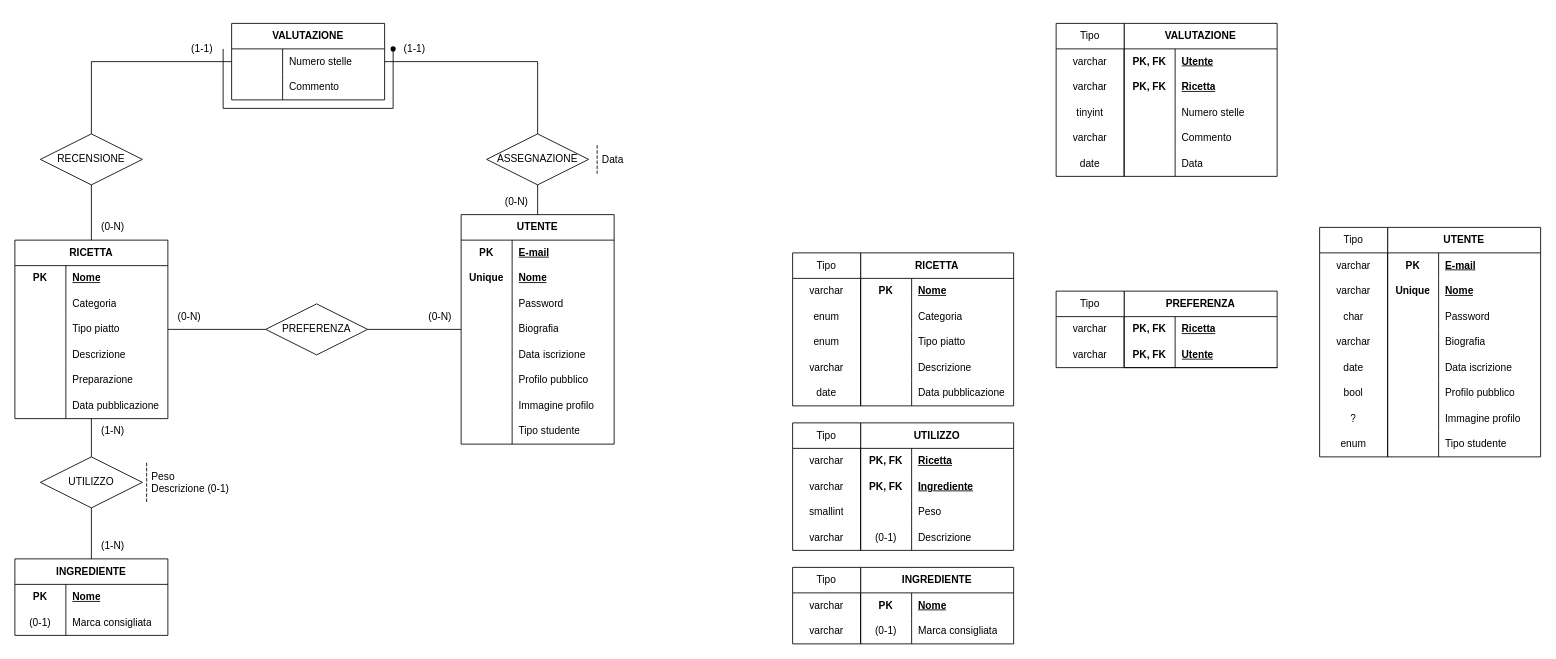
Before: DB uni-cooked.drawio in Uni-cooked/uni-cooked, a draw.io diagram. Source tidied: cells renumbered, new cells numbered last; positions are measured from the earlier drawing's top-left corner, leaving out a move shared by most shapes. Both pictures are drawn from the tidied source at 85%, with x=0, y=0 at pixel (14, 23).
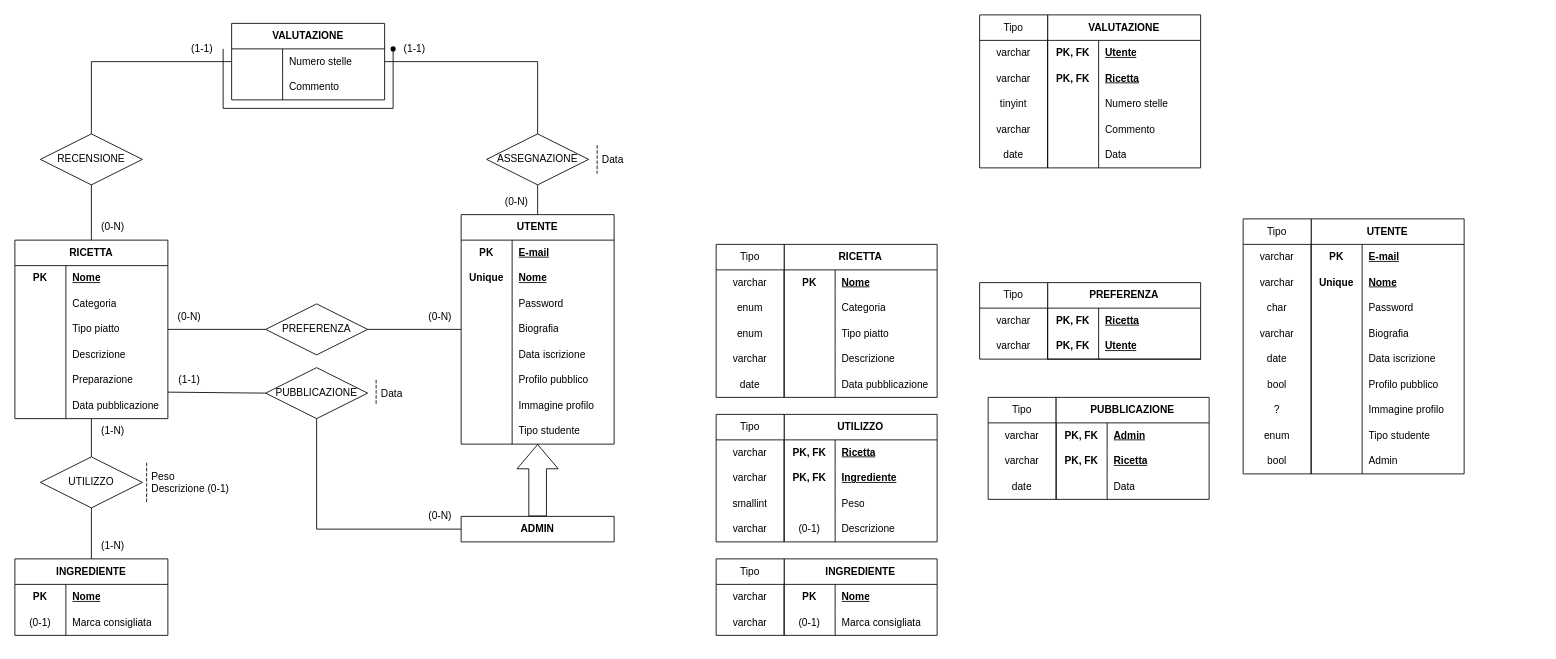
Above is the later version.

The change refers to these unchanged cells:
```xml
<mxCell id="15" style="shape=tableRow;horizontal=0;startSize=0;swimlaneHead=0;swimlaneBody=0;fillColor=none;points=[[0,0.5],[1,0.5]];portConstraint=eastwest;top=0;left=0;right=0;bottom=0;html=1;" parent="2" vertex="1">
  <mxGeometry y="150" width="180" height="30" as="geometry" />
</mxCell>
<mxCell id="33" value="UTENTE" style="shape=table;startSize=30;childLayout=tableLayout;rowLines=0;fontStyle=1;align=center;html=1;whiteSpace=wrap;" parent="1" vertex="1">
  <mxGeometry x="525" y="225" width="180" height="270" as="geometry" />
</mxCell>
```

Diff of the diagram source:
```diff
@@
     <mxCell id="86" value="RICETTA" style="shape=table;startSize=30;childLayout=tableLayout;rowLines=0;fontStyle=1;align=center;html=1;whiteSpace=wrap;" parent="1" vertex="1">
-      <mxGeometry x="995" y="270" width="180" height="180" as="geometry" />
+      <mxGeometry x="905" y="260" width="180" height="180" as="geometry" />
     </mxCell>
@@
     <mxCell id="102" value="INGREDIENTE" style="shape=table;startSize=30;childLayout=tableLayout;rowLines=0;fontStyle=1;align=center;html=1;whiteSpace=wrap;" parent="1" vertex="1">
-      <mxGeometry x="995" y="640" width="180" height="90" as="geometry" />
+      <mxGeometry x="905" y="630" width="180" height="90" as="geometry" />
     </mxCell>
@@
     <mxCell id="109" value="UTENTE" style="shape=table;startSize=30;childLayout=tableLayout;rowLines=0;fontStyle=1;align=center;html=1;whiteSpace=wrap;" parent="1" vertex="1">
-      <mxGeometry x="1615" y="240" width="180" height="270" as="geometry" />
+      <mxGeometry x="1525" y="230" width="180" height="300" as="geometry" />
     </mxCell>
@@
+    <mxCell id="202" style="shape=tableRow;horizontal=0;startSize=0;swimlaneHead=0;swimlaneBody=0;fillColor=none;top=0;left=0;right=0;bottom=0;html=1;" parent="109" vertex="1">
+      <mxGeometry y="270" width="180" height="30" as="geometry" />
+    </mxCell>
+    <mxCell id="203" style="shape=partialRectangle;fillColor=none;top=0;left=0;bottom=0;right=0;overflow=hidden;html=1;whiteSpace=wrap;" parent="202" vertex="1">
+      <mxGeometry width="60" height="30" as="geometry" />
+    </mxCell>
+    <mxCell id="204" value="Admin" style="shape=partialRectangle;fillColor=none;top=0;left=0;bottom=0;right=0;align=left;spacingLeft=6;overflow=hidden;html=1;whiteSpace=wrap;" parent="202" vertex="1">
+      <mxGeometry x="60" width="120" height="30" as="geometry" />
+    </mxCell>
     <mxCell id="134" value="VALUTAZIONE" style="shape=table;startSize=30;childLayout=tableLayout;rowLines=0;fontStyle=1;align=center;html=1;whiteSpace=wrap;" parent="1" vertex="1">
-      <mxGeometry x="1305" width="180" height="180" as="geometry" />
+      <mxGeometry x="1215" y="-10" width="180" height="180" as="geometry" />
     </mxCell>
@@
     <mxCell id="150" value="UTILIZZO" style="shape=table;startSize=30;childLayout=tableLayout;rowLines=0;fontStyle=1;align=center;html=1;whiteSpace=wrap;" parent="1" vertex="1">
-      <mxGeometry x="995" y="470" width="180" height="150" as="geometry" />
+      <mxGeometry x="905" y="460" width="180" height="150" as="geometry" />
     </mxCell>
@@
     <mxCell id="163" value="PREFERENZA" style="shape=table;startSize=30;childLayout=tableLayout;rowLines=0;fontStyle=1;align=center;html=1;whiteSpace=wrap;" parent="1" vertex="1">
-      <mxGeometry x="1305" y="315" width="180" height="90" as="geometry" />
+      <mxGeometry x="1215" y="305" width="180" height="90" as="geometry" />
     </mxCell>
@@
     <mxCell id="170" value="Tipo" style="swimlane;fontStyle=0;horizontal=1;startSize=30;whiteSpace=wrap;html=1;" parent="1" vertex="1">
-      <mxGeometry x="915" y="270" width="80" height="180" as="geometry" />
+      <mxGeometry x="825" y="260" width="80" height="180" as="geometry" />
     </mxCell>
@@
     <mxCell id="176" value="Tipo" style="swimlane;fontStyle=0;horizontal=1;startSize=30;whiteSpace=wrap;html=1;" parent="1" vertex="1">
-      <mxGeometry x="1225" y="315" width="80" height="90" as="geometry" />
+      <mxGeometry x="1135" y="305" width="80" height="90" as="geometry" />
     </mxCell>
@@
     <mxCell id="179" value="Tipo" style="swimlane;fontStyle=0;horizontal=1;startSize=30;whiteSpace=wrap;html=1;" parent="1" vertex="1">
-      <mxGeometry x="1535" y="240" width="80" height="270" as="geometry" />
+      <mxGeometry x="1445" y="230" width="80" height="300" as="geometry" />
     </mxCell>
@@
+    <mxCell id="205" value="bool" style="text;strokeColor=none;fillColor=none;align=center;verticalAlign=middle;spacingLeft=4;spacingRight=4;overflow=hidden;whiteSpace=wrap;html=1;" parent="179" vertex="1">
+      <mxGeometry y="270" width="80" height="30" as="geometry" />
+    </mxCell>
     <mxCell id="188" value="Tipo" style="swimlane;fontStyle=0;horizontal=1;startSize=30;whiteSpace=wrap;html=1;" parent="1" vertex="1">
-      <mxGeometry x="915" y="470" width="80" height="150" as="geometry" />
+      <mxGeometry x="825" y="460" width="80" height="150" as="geometry" />
     </mxCell>
@@
     <mxCell id="193" value="Tipo" style="swimlane;fontStyle=0;horizontal=1;startSize=30;whiteSpace=wrap;html=1;" parent="1" vertex="1">
-      <mxGeometry x="915" y="640" width="80" height="90" as="geometry" />
+      <mxGeometry x="825" y="630" width="80" height="90" as="geometry" />
     </mxCell>
@@
     <mxCell id="196" value="Tipo" style="swimlane;fontStyle=0;horizontal=1;startSize=30;whiteSpace=wrap;html=1;" parent="1" vertex="1">
-      <mxGeometry x="1225" width="80" height="180" as="geometry" />
+      <mxGeometry x="1135" y="-10" width="80" height="180" as="geometry" />
     </mxCell>
@@
+    <mxCell id="206" value="ADMIN" style="shape=table;startSize=30;childLayout=tableLayout;rowLines=0;fontStyle=1;align=center;html=1;whiteSpace=wrap;" parent="1" vertex="1">
+      <mxGeometry x="525" y="580" width="180" height="30" as="geometry" />
+    </mxCell>
+    <mxCell id="207" style="shape=flexArrow;endArrow=classic;html=1;rounded=0;exitX=0.5;exitY=0;exitDx=0;exitDy=0;entryX=0.5;entryY=1;entryDx=0;entryDy=0;endWidth=26.77131425053863;endSize=9.168421052631578;width=20.70175438596491;" parent="1" edge="1" source="206" target="33">
+      <mxGeometry relative="1" as="geometry" />
+    </mxCell>
+    <mxCell id="208" value="PUBBLICAZIONE" style="shape=rhombus;perimeter=rhombusPerimeter;whiteSpace=wrap;html=1;align=center;" parent="1" vertex="1">
+      <mxGeometry x="295" y="405" width="120" height="60" as="geometry" />
+    </mxCell>
+    <mxCell id="209" style="endArrow=none;html=1;rounded=0;entryX=0;entryY=0.5;entryDx=0;entryDy=0;exitX=0.5;exitY=1;exitDx=0;exitDy=0;" parent="1" edge="1" source="208" target="206">
+      <mxGeometry relative="1" as="geometry">
+        <Array as="points">
+          <mxPoint x="355" y="595" />
+        </Array>
+      </mxGeometry>
+    </mxCell>
+    <mxCell id="210" style="endArrow=none;html=1;rounded=0;exitX=0;exitY=0.5;exitDx=0;exitDy=0;entryX=1;entryY=0.961;entryDx=0;entryDy=0;entryPerimeter=0;" parent="1" edge="1" source="208" target="15">
+      <mxGeometry relative="1" as="geometry" />
+    </mxCell>
+    <mxCell id="211" value="(1-1)" style="text;html=1;align=center;verticalAlign=middle;strokeColor=none;fillColor=none;" parent="1" vertex="1">
+      <mxGeometry x="180" y="405" width="50" height="30" as="geometry" />
+    </mxCell>
+    <mxCell id="212" value="(0-N)" style="text;html=1;align=center;verticalAlign=middle;strokeColor=none;fillColor=none;" parent="1" vertex="1">
+      <mxGeometry x="475" y="565" width="50" height="30" as="geometry" />
+    </mxCell>
+    <mxCell id="213" value="Data" style="shape=partialRectangle;fillColor=none;align=left;verticalAlign=middle;strokeColor=none;spacingLeft=34;" parent="1" vertex="1">
+      <mxGeometry x="395" y="420" width="90" height="30" as="geometry" />
+    </mxCell>
+    <mxCell id="214" style="shape=partialRectangle;top=0;left=0;bottom=0;fillColor=none;stokeWidth=1;dashed=1;align=left;verticalAlign=middle;spacingLeft=4;spacingRight=4;overflow=hidden;" parent="213" vertex="1">
+      <mxGeometry width="30" height="30" as="geometry" />
+    </mxCell>
+    <mxCell id="215" value="Tipo" style="swimlane;fontStyle=0;horizontal=1;startSize=30;whiteSpace=wrap;html=1;" parent="1" vertex="1">
+      <mxGeometry x="1145" y="440" width="80" height="120" as="geometry" />
+    </mxCell>
+    <mxCell id="216" value="varchar" style="text;strokeColor=none;fillColor=none;align=center;verticalAlign=middle;spacingLeft=4;spacingRight=4;overflow=hidden;whiteSpace=wrap;html=1;" parent="215" vertex="1">
+      <mxGeometry y="30" width="80" height="30" as="geometry" />
+    </mxCell>
+    <mxCell id="217" value="varchar" style="text;strokeColor=none;fillColor=none;align=center;verticalAlign=middle;spacingLeft=4;spacingRight=4;overflow=hidden;whiteSpace=wrap;html=1;" parent="215" vertex="1">
+      <mxGeometry y="60" width="80" height="30" as="geometry" />
+    </mxCell>
+    <mxCell id="218" value="date" style="text;strokeColor=none;fillColor=none;align=center;verticalAlign=middle;spacingLeft=4;spacingRight=4;overflow=hidden;whiteSpace=wrap;html=1;" parent="215" vertex="1">
+      <mxGeometry y="90" width="80" height="30" as="geometry" />
+    </mxCell>
+    <mxCell id="219" value="PUBBLICAZIONE" style="shape=table;startSize=30;childLayout=tableLayout;rowLines=0;fontStyle=1;align=center;html=1;whiteSpace=wrap;" parent="1" vertex="1">
+      <mxGeometry x="1225" y="440" width="180" height="120" as="geometry" />
+    </mxCell>
+    <mxCell id="220" style="shape=tableRow;horizontal=0;startSize=0;swimlaneHead=0;swimlaneBody=0;fillColor=none;top=0;left=0;right=0;bottom=0;html=1;" parent="219" vertex="1">
+      <mxGeometry y="30" width="180" height="30" as="geometry" />
+    </mxCell>
+    <mxCell id="221" value="PK, FK" style="shape=partialRectangle;fillColor=none;top=0;left=0;bottom=0;right=0;fontStyle=1;overflow=hidden;html=1;whiteSpace=wrap;" parent="220" vertex="1">
+      <mxGeometry width="60" height="30" as="geometry" />
+    </mxCell>
+    <mxCell id="222" value="Admin" style="shape=partialRectangle;fillColor=none;top=0;left=0;bottom=0;right=0;align=left;spacingLeft=6;fontStyle=5;overflow=hidden;html=1;whiteSpace=wrap;" parent="220" vertex="1">
+      <mxGeometry x="60" width="120" height="30" as="geometry" />
+    </mxCell>
+    <mxCell id="223" style="shape=tableRow;horizontal=0;startSize=0;swimlaneHead=0;swimlaneBody=0;fillColor=none;top=0;left=0;right=0;bottom=0;html=1;" parent="219" vertex="1">
+      <mxGeometry y="60" width="180" height="30" as="geometry" />
+    </mxCell>
+    <mxCell id="224" value="PK, FK" style="shape=partialRectangle;fillColor=none;top=0;left=0;bottom=0;right=0;fontStyle=1;overflow=hidden;html=1;whiteSpace=wrap;" parent="223" vertex="1">
+      <mxGeometry width="60" height="30" as="geometry" />
+    </mxCell>
+    <mxCell id="225" value="Ricetta" style="shape=partialRectangle;fillColor=none;top=0;left=0;bottom=0;right=0;align=left;spacingLeft=6;fontStyle=5;overflow=hidden;html=1;whiteSpace=wrap;" parent="223" vertex="1">
+      <mxGeometry x="60" width="120" height="30" as="geometry" />
+    </mxCell>
+    <mxCell id="226" style="shape=tableRow;horizontal=0;startSize=0;swimlaneHead=0;swimlaneBody=0;fillColor=none;top=0;left=0;right=0;bottom=0;html=1;" parent="219" vertex="1">
+      <mxGeometry y="90" width="180" height="30" as="geometry" />
+    </mxCell>
+    <mxCell id="227" style="shape=partialRectangle;fillColor=none;top=0;left=0;bottom=0;right=0;overflow=hidden;html=1;whiteSpace=wrap;" parent="226" vertex="1">
+      <mxGeometry width="60" height="30" as="geometry" />
+    </mxCell>
+    <mxCell id="228" value="Data" style="shape=partialRectangle;fillColor=none;top=0;left=0;bottom=0;right=0;align=left;spacingLeft=6;overflow=hidden;html=1;whiteSpace=wrap;" parent="226" vertex="1">
+      <mxGeometry x="60" width="120" height="30" as="geometry" />
+    </mxCell>
```
